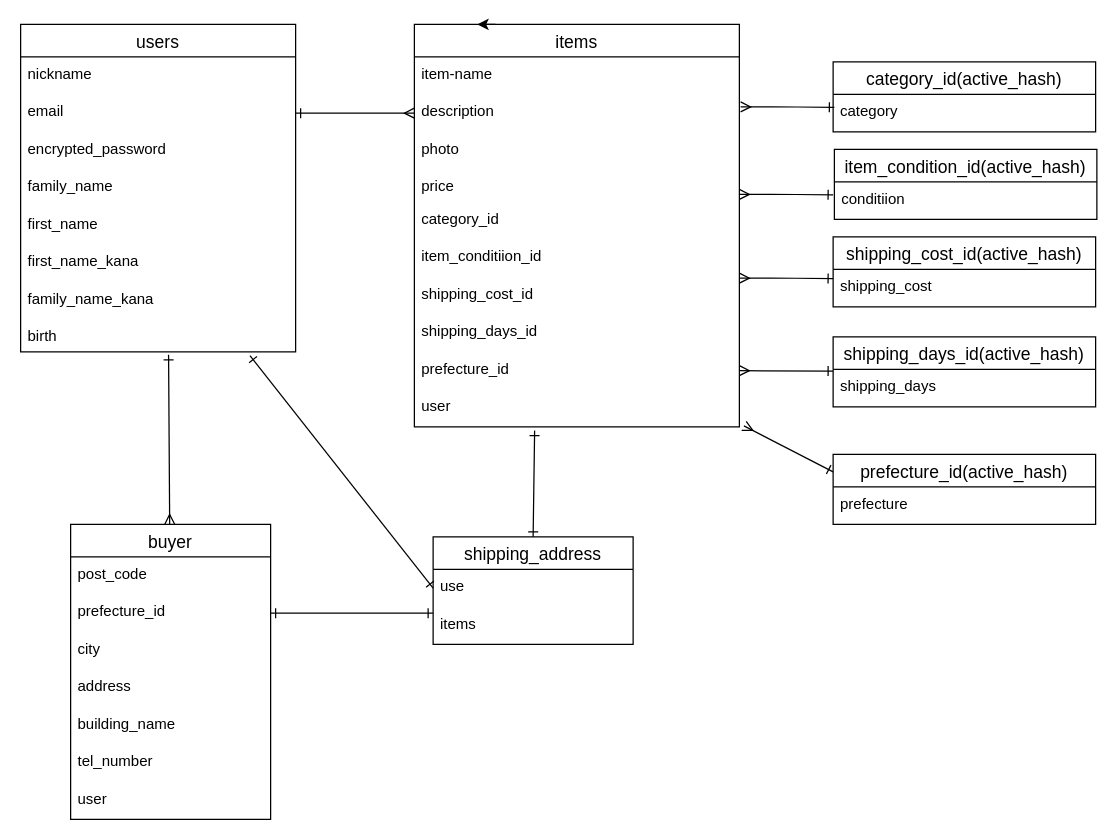
Before: test.dio in Shimshin21/furima-37024, a draw.io diagram. Source tidied: cells renumbered, new cells numbered last; positions are measured from the earlier drawing's top-left corner, leaving out a move shared by most shapes. Both pictures are drawn from the tidied source at 125%, with x=0, y=0 at pixel (20, 24).
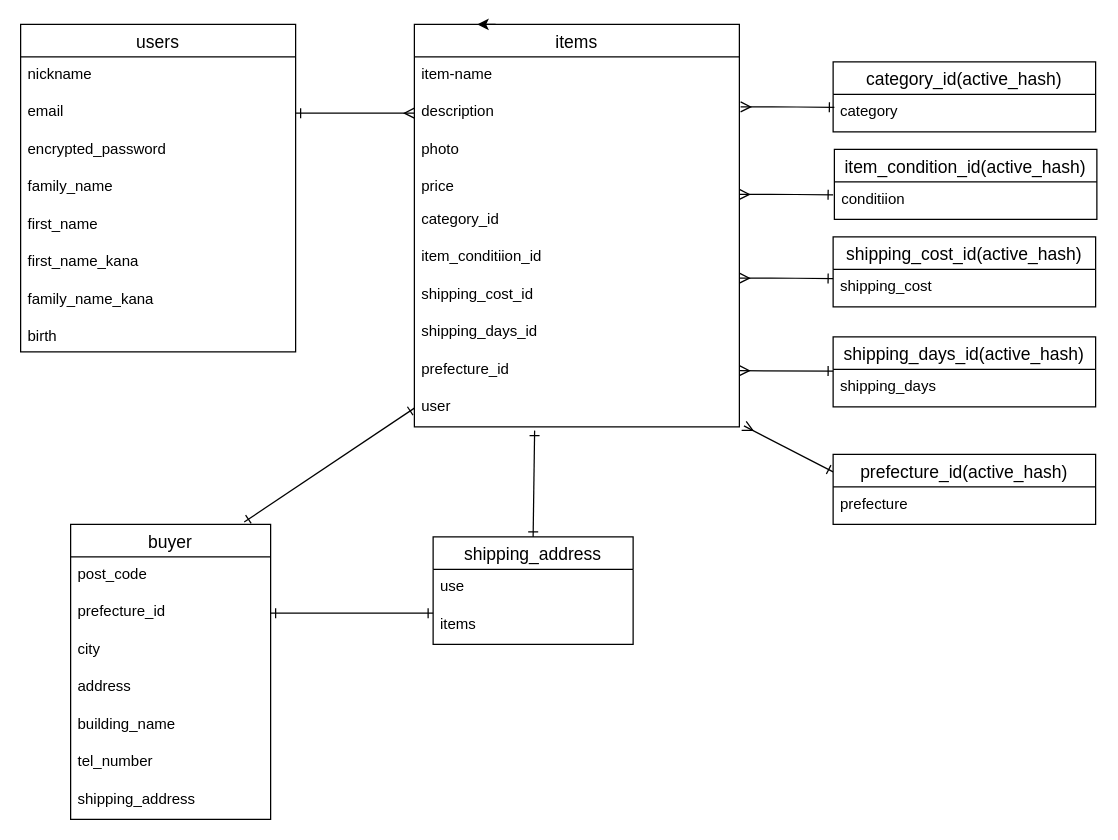
The same page after the edit.

The change refers to these unchanged cells:
```xml
<mxCell id="10" value="birth" style="text;strokeColor=none;fillColor=none;spacingLeft=4;spacingRight=4;overflow=hidden;points=[[0,0.5],[1,0.5]];portConstraint=eastwest;fontSize=12;" parent="2" vertex="1">
  <mxGeometry y="236" width="220" height="26" as="geometry" />
</mxCell>
<mxCell id="21" value="user" style="text;strokeColor=none;fillColor=none;spacingLeft=4;spacingRight=4;overflow=hidden;points=[[0,0.5],[1,0.5]];portConstraint=eastwest;fontSize=12;" parent="11" vertex="1">
  <mxGeometry y="292" width="260" height="30" as="geometry" />
</mxCell>
<mxCell id="25" value="buyer" style="swimlane;fontStyle=0;horizontal=1;startSize=26;align=center;fontSize=14;" parent="1" vertex="1">
  <mxGeometry x="40" y="400" width="160" height="236" as="geometry" />
</mxCell>
```

Change to the diagram source:
```diff
@@
-    <mxCell id="24" style="edgeStyle=none;html=1;entryX=0.538;entryY=1.09;entryDx=0;entryDy=0;entryPerimeter=0;endArrow=ERone;endFill=0;startArrow=ERmany;startFill=0;" parent="1" edge="1" source="25" target="10">
-      <mxGeometry relative="1" as="geometry" />
-    </mxCell>
@@
-    <mxCell id="32" value="user" style="text;strokeColor=none;fillColor=none;spacingLeft=4;spacingRight=4;overflow=hidden;fontSize=12;" parent="25" vertex="1">
+    <mxCell id="32" value="shipping_address" style="text;strokeColor=none;fillColor=none;spacingLeft=4;spacingRight=4;overflow=hidden;fontSize=12;" parent="25" vertex="1">
       <mxGeometry y="206" width="160" height="30" as="geometry" />
     </mxCell>
@@
-    <mxCell id="53" style="edgeStyle=none;html=1;exitX=0;exitY=0.5;exitDx=0;exitDy=0;entryX=0.834;entryY=1.115;entryDx=0;entryDy=0;entryPerimeter=0;startArrow=ERone;startFill=0;endArrow=ERone;endFill=0;" parent="1" edge="1" target="10">
-      <mxGeometry relative="1" as="geometry">
-        <mxPoint x="330" y="451" as="sourcePoint" />
-      </mxGeometry>
-    </mxCell>
+    <mxCell id="54" style="edgeStyle=none;html=1;exitX=0;exitY=0.5;exitDx=0;exitDy=0;entryX=0.868;entryY=-0.008;entryDx=0;entryDy=0;entryPerimeter=0;startArrow=ERone;startFill=0;endArrow=ERone;endFill=0;" parent="1" edge="1" source="21" target="25">
+      <mxGeometry relative="1" as="geometry" />
+    </mxCell>
```
